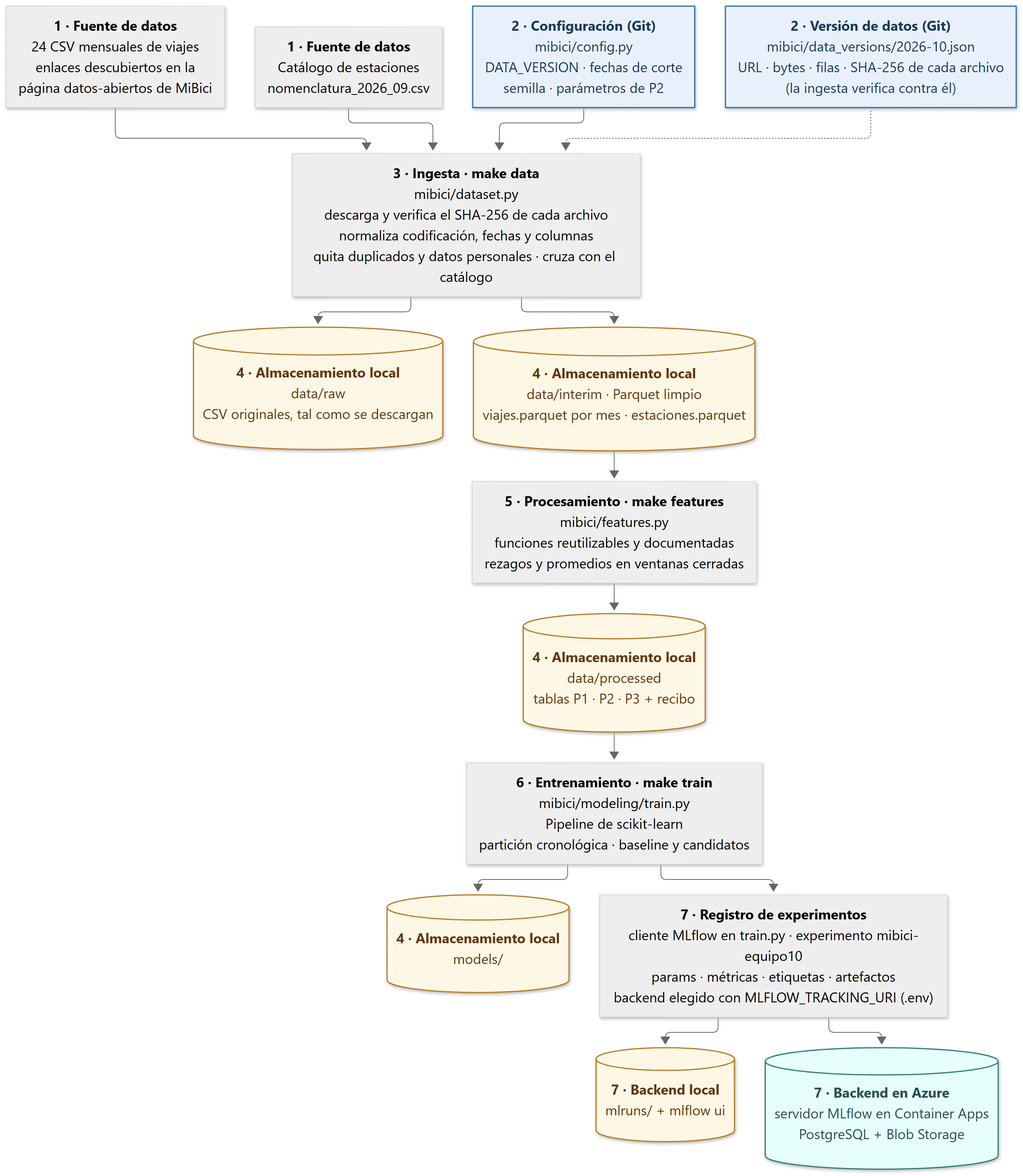
Above: references/arquitectura.png in WillSagzz/TC5061-Proyecto-Equipo10 (Mermaid), before the change. Its source is kept beside it as references/arquitectura.mmd.
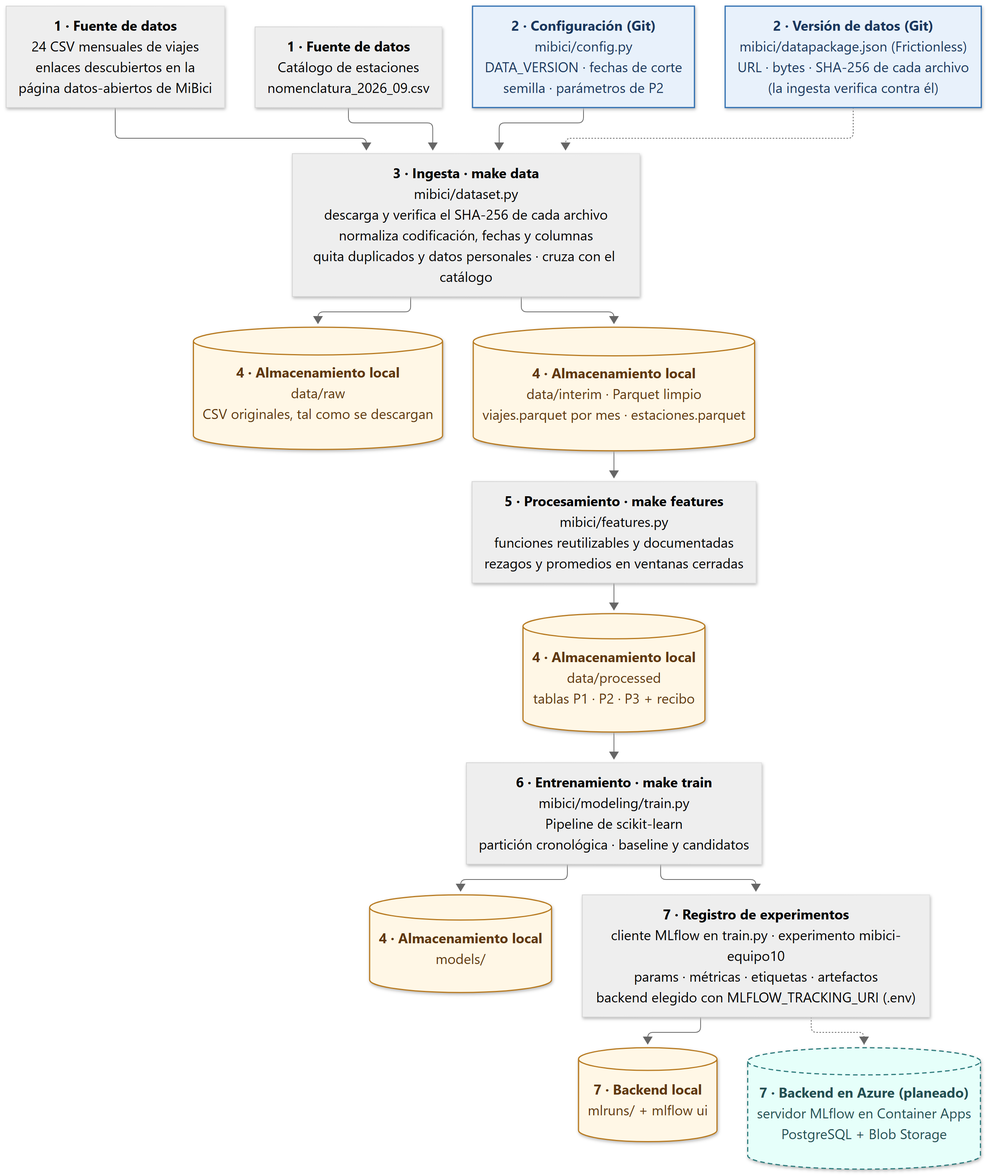
After the change.

Change to the diagram source:
```diff
@@ -3,7 +3,7 @@
   CSV["<b>1 · Fuente de datos</b><br/>24 CSV mensuales de viajes<br/>enlaces descubiertos en la<br/>página datos-abiertos de MiBici"]
   NOM["<b>1 · Fuente de datos</b><br/>Catálogo de estaciones<br/>nomenclatura_2026_09.csv"]
   CFG["<b>2 · Configuración (Git)</b><br/>mibici/config.py<br/>DATA_VERSION · fechas de corte<br/>semilla · parámetros de P2"]
-  MAN["<b>2 · Versión de datos (Git)</b><br/>mibici/data_versions/2026-10.json<br/>URL · bytes · filas · SHA-256 de cada archivo<br/>(la ingesta verifica contra él)"]
+  MAN["<b>2 · Versión de datos (Git)</b><br/>mibici/datapackage.json (Frictionless)<br/>URL · bytes · SHA-256 de cada archivo<br/>(la ingesta verifica contra él)"]
 
   INGEST["<b>3 · Ingesta · make data</b><br/>mibici/dataset.py<br/>descarga y verifica el SHA-256 de cada archivo<br/>normaliza codificación, fechas y columnas<br/>quita duplicados y datos personales · cruza con el catálogo"]
 
@@ -18,7 +18,7 @@
 
   CLIENT["<b>7 · Registro de experimentos</b><br/>cliente MLflow en train.py · experimento mibici-equipo10<br/>params · métricas · etiquetas · artefactos<br/>backend elegido con MLFLOW_TRACKING_URI (.env)"]
   LOCAL[("<b>7 · Backend local</b><br/>mlruns/ + mlflow ui")]
-  AZURE[("<b>7 · Backend en Azure</b><br/>servidor MLflow en Container Apps<br/>PostgreSQL + Blob Storage")]
+  AZURE[("<b>7 · Backend en Azure (planeado)</b><br/>servidor MLflow en Container Apps<br/>PostgreSQL + Blob Storage")]
 
   CSV --> INGEST
   NOM --> INGEST
@@ -30,11 +30,11 @@
   TRAIN --> MODELS
   TRAIN --> CLIENT
   CLIENT --> LOCAL
-  CLIENT --> AZURE
+  CLIENT -.-> AZURE
 
   classDef git fill:#e8f1fb,stroke:#2b6cb0,stroke-width:1.5px,color:#1a365d
   classDef local fill:#fff7e6,stroke:#b7791f,stroke-width:1.5px,color:#5f370e
-  classDef cloud fill:#e6fffa,stroke:#2c7a7b,stroke-width:1.5px,color:#234e52
+  classDef cloud fill:#e6fffa,stroke:#2c7a7b,stroke-width:1.5px,color:#234e52,stroke-dasharray:6 4
   class CFG,MAN git
   class RAW,INTERIM,PROC,MODELS,LOCAL local
   class AZURE cloud
```
